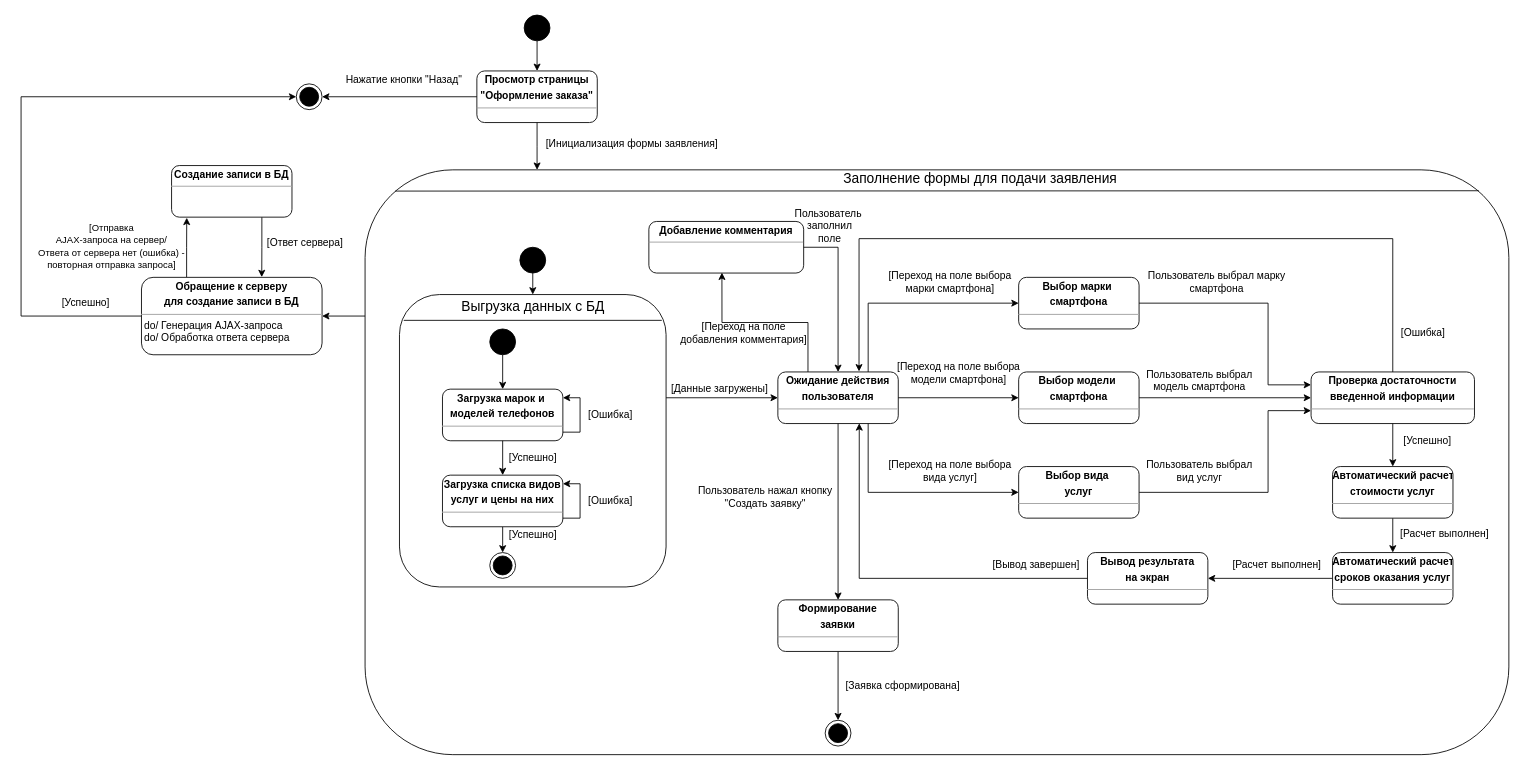
Before: page 3 of 3 of Курсач/Диаграммы/Диаграммы автоматов.drawio in JolyBin/Valeriy, a draw.io diagram. Source tidied: cells renumbered, new cells numbered last; positions are measured from the earlier drawing's top-left corner, leaving out a move shared by most shapes. Both pictures are drawn from the tidied source at 86%, with x=0, y=0 at pixel (21, 15).
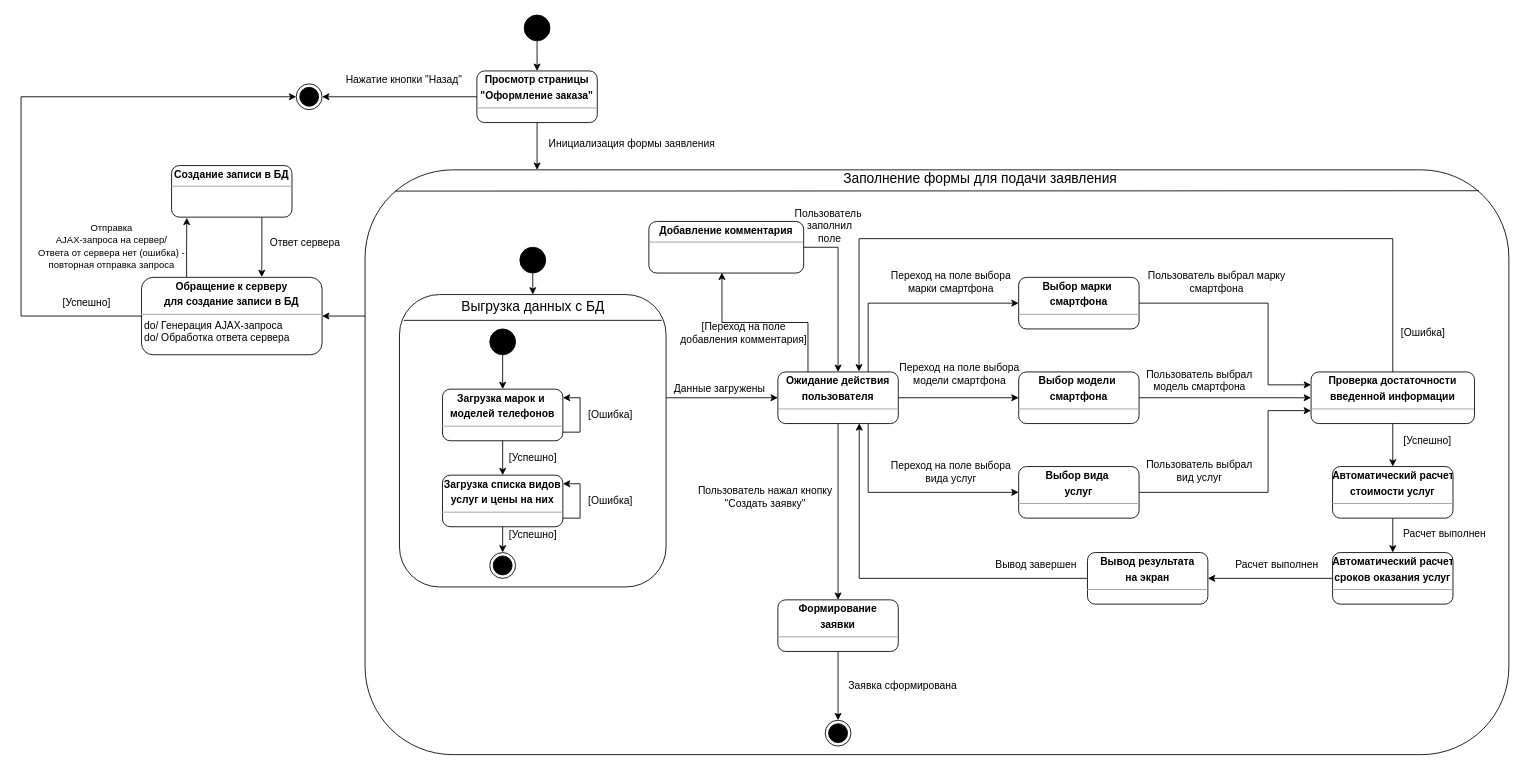
After the change.

Change to the diagram source:
```diff
@@
-    <mxCell id="19" value="[Инициализация формы заявления]" style="text;html=1;align=center;verticalAlign=middle;" parent="1" vertex="1">
-      <mxGeometry x="600" y="140" width="220" height="20" as="geometry" />
+    <mxCell id="19" value="Инициализация формы заявления" style="text;html=1;align=center;verticalAlign=middle;" parent="1" vertex="1">
+      <mxGeometry x="608" y="141" width="204" height="18" as="geometry" />
     </mxCell>
@@
-    <mxCell id="63" value="[Данные загружены]" style="text;html=1;align=center;verticalAlign=middle;" parent="1" vertex="1">
-      <mxGeometry x="747" y="425" width="130" height="20" as="geometry" />
+    <mxCell id="63" value="Данные загружены" style="text;html=1;align=center;verticalAlign=middle;" parent="1" vertex="1">
+      <mxGeometry x="754" y="426" width="116" height="18" as="geometry" />
     </mxCell>
-    <mxCell id="64" value="[Переход на поле выбора&lt;br&gt;марки смартфона]" style="text;html=1;align=center;verticalAlign=middle;" parent="1" vertex="1">
-      <mxGeometry x="1000" y="295" width="160" height="30" as="geometry" />
+    <mxCell id="64" value="Переход на поле выбора&lt;br&gt;марки смартфона" style="text;html=1;align=center;verticalAlign=middle;" parent="1" vertex="1">
+      <mxGeometry x="1006" y="295" width="149" height="31" as="geometry" />
     </mxCell>
-    <mxCell id="65" value="[Переход на поле выбора&lt;br&gt;модели смартфона]" style="text;html=1;align=center;verticalAlign=middle;" parent="1" vertex="1">
-      <mxGeometry x="1010" y="401" width="160" height="30" as="geometry" />
+    <mxCell id="65" value="Переход на поле выбора&lt;br&gt;модели смартфона" style="text;html=1;align=center;verticalAlign=middle;" parent="1" vertex="1">
+      <mxGeometry x="1016" y="401" width="149" height="31" as="geometry" />
     </mxCell>
-    <mxCell id="66" value="[Переход на поле выбора&lt;br&gt;вида услуг]" style="text;html=1;align=center;verticalAlign=middle;" parent="1" vertex="1">
-      <mxGeometry x="1000" y="515" width="160" height="30" as="geometry" />
+    <mxCell id="66" value="Переход на поле выбора&lt;br&gt;вида услуг" style="text;html=1;align=center;verticalAlign=middle;" parent="1" vertex="1">
+      <mxGeometry x="1006" y="515" width="149" height="31" as="geometry" />
     </mxCell>
@@
-    <mxCell id="70" value="[Расчет выполнен]" style="text;html=1;align=center;verticalAlign=middle;" parent="1" vertex="1">
-      <mxGeometry x="1595" y="593" width="120" height="20" as="geometry" />
+    <mxCell id="70" value="Расчет выполнен" style="text;html=1;align=center;verticalAlign=middle;" parent="1" vertex="1">
+      <mxGeometry x="1602" y="594" width="106" height="18" as="geometry" />
     </mxCell>
-    <mxCell id="71" value="[Расчет выполнен]" style="text;html=1;align=center;verticalAlign=middle;" parent="1" vertex="1">
-      <mxGeometry x="1400" y="630" width="120" height="20" as="geometry" />
+    <mxCell id="71" value="Расчет выполнен" style="text;html=1;align=center;verticalAlign=middle;" parent="1" vertex="1">
+      <mxGeometry x="1407" y="631" width="106" height="18" as="geometry" />
     </mxCell>
@@
-    <mxCell id="79" value="&lt;font style=&quot;font-size: 11px&quot;&gt;[Отправка &lt;br&gt;AJAX-запроса на сервер/&lt;br&gt;Ответа от сервера нет (ошибка) -&lt;br&gt;повторная отправка запроса]&lt;/font&gt;" style="text;html=1;align=center;verticalAlign=middle;" parent="1" vertex="1">
-      <mxGeometry x="10" y="239" width="190" height="60" as="geometry" />
+    <mxCell id="79" value="&lt;font style=&quot;font-size: 11px&quot;&gt;Отправка &lt;br&gt;AJAX-запроса на сервер/&lt;br&gt;Ответа от сервера нет (ошибка) -&lt;br&gt;повторная отправка запроса&lt;/font&gt;" style="text;html=1;align=center;verticalAlign=middle;" parent="1" vertex="1">
+      <mxGeometry x="15" y="238" width="180" height="62" as="geometry" />
     </mxCell>
-    <mxCell id="80" value="[Ответ сервера]" style="text;html=1;align=center;verticalAlign=middle;" parent="1" vertex="1">
-      <mxGeometry x="280" y="255" width="100" height="20" as="geometry" />
+    <mxCell id="80" value="Ответ сервера" style="text;html=1;align=center;verticalAlign=middle;" parent="1" vertex="1">
+      <mxGeometry x="284" y="256" width="92" height="18" as="geometry" />
     </mxCell>
     <mxCell id="81" value="[Успешно]" style="text;html=1;align=center;verticalAlign=middle;" parent="1" vertex="1">
-      <mxGeometry x="40" y="325" width="70" height="20" as="geometry" />
+      <mxGeometry x="43" y="326" width="66" height="18" as="geometry" />
     </mxCell>
-    <mxCell id="82" value="[Заявка сформирована]" style="text;html=1;align=center;verticalAlign=middle;" parent="1" vertex="1">
-      <mxGeometry x="950" y="770" width="150" height="20" as="geometry" />
+    <mxCell id="82" value="Заявка сформирована" style="text;html=1;align=center;verticalAlign=middle;" parent="1" vertex="1">
+      <mxGeometry x="957" y="771" width="136" height="18" as="geometry" />
     </mxCell>
@@
-    <mxCell id="86" value="[Вывод завершен]" style="text;html=1;align=center;verticalAlign=middle;fontColor=#000000;" parent="1" vertex="1">
-      <mxGeometry x="1120" y="630" width="120" height="20" as="geometry" />
+    <mxCell id="86" value="Вывод завершен" style="text;html=1;align=center;verticalAlign=middle;fontColor=#000000;" parent="1" vertex="1">
+      <mxGeometry x="1128" y="631" width="104" height="18" as="geometry" />
     </mxCell>
```
